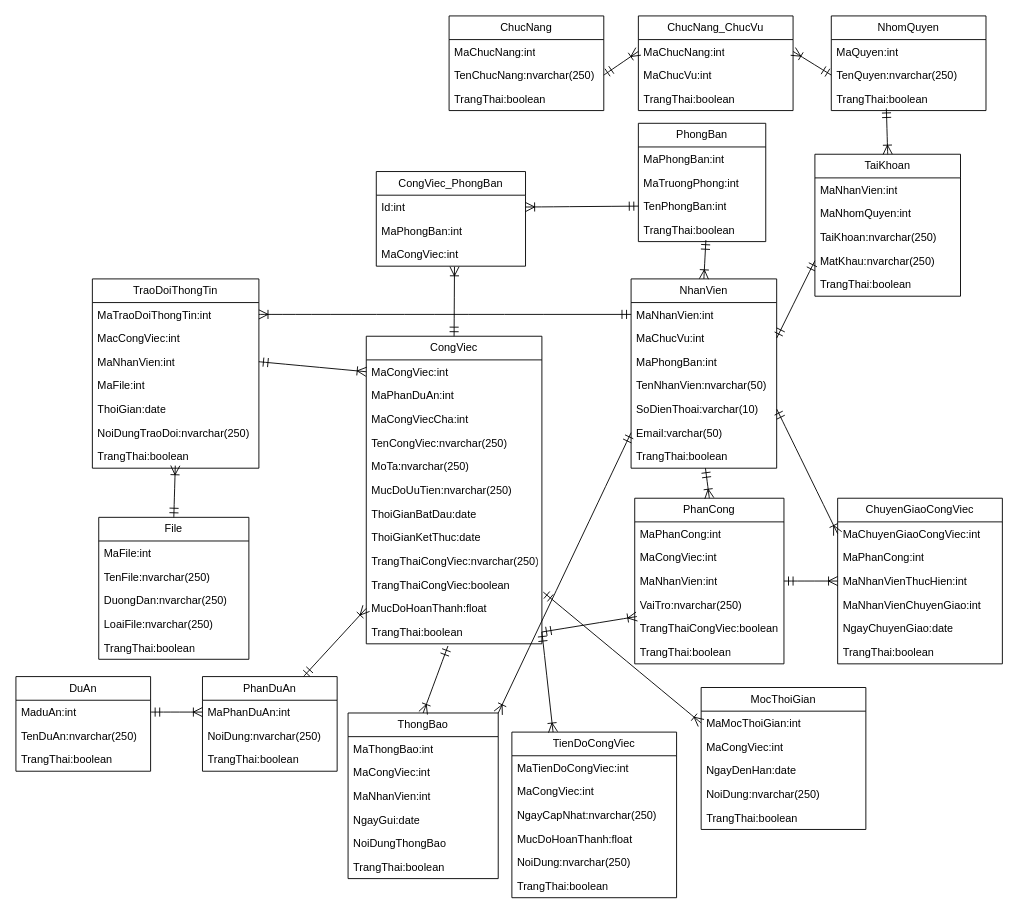
Above: new dacn+.net.drawio in maivantai2003/vercelDemo (draw.io), before the change. Source tidied: cells renumbered, new cells numbered last; positions are measured from the earlier drawing's top-left corner, leaving out a move shared by most shapes. Both pictures are drawn from the tidied source at 91%, with x=0, y=0 at pixel (15, 15).
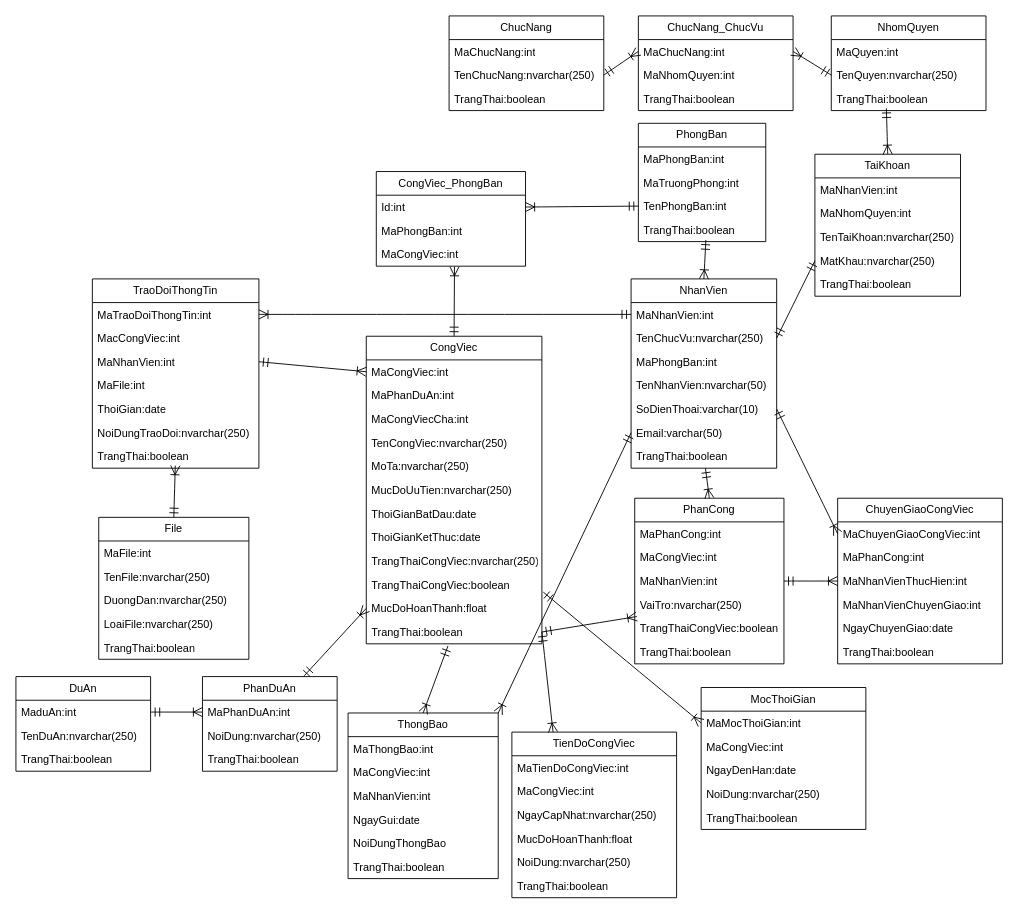
After the change.

Commit message:
Cập nhật new dacn+.net.drawio

The change refers to these unchanged cells:
```xml
<mxCell id="2" value="TaiKhoan" style="swimlane;fontStyle=0;horizontal=1;startSize=26;fillColor=none;whiteSpace=wrap;html=1;" parent="1" vertex="1">
  <mxGeometry x="878" y="152" width="160" height="156" as="geometry" />
</mxCell>
<mxCell id="31" value="ChucNang_ChucVu" style="swimlane;fontStyle=0;horizontal=1;startSize=26;fillColor=none;whiteSpace=wrap;html=1;" parent="1" vertex="1">
  <mxGeometry x="684" width="170" height="104" as="geometry" />
</mxCell>
<mxCell id="47" value="NhanVien" style="swimlane;fontStyle=0;horizontal=1;startSize=26;fillColor=none;whiteSpace=wrap;html=1;" parent="1" vertex="1">
  <mxGeometry x="676" y="289" width="160" height="208" as="geometry" />
</mxCell>
```

Change to the diagram source:
```diff
@@
-    <mxCell id="5" value="TaiKhoan:nvarchar(250)" style="text;strokeColor=none;fillColor=none;align=left;verticalAlign=top;spacingLeft=4;spacingRight=4;overflow=hidden;whiteSpace=wrap;html=1;" parent="2" vertex="1">
+    <mxCell id="5" value="TenTaiKhoan:nvarchar(250)" style="text;strokeColor=none;fillColor=none;align=left;verticalAlign=top;spacingLeft=4;spacingRight=4;overflow=hidden;whiteSpace=wrap;html=1;" parent="2" vertex="1">
       <mxGeometry y="78" width="160" height="26" as="geometry" />
     </mxCell>
@@
-    <mxCell id="33" value="MaChucVu:int" style="text;strokeColor=none;fillColor=none;align=left;verticalAlign=top;spacingLeft=4;spacingRight=4;overflow=hidden;whiteSpace=wrap;html=1;" parent="31" vertex="1">
+    <mxCell id="33" value="MaNhomQuyen:int" style="text;strokeColor=none;fillColor=none;align=left;verticalAlign=top;spacingLeft=4;spacingRight=4;overflow=hidden;whiteSpace=wrap;html=1;" parent="31" vertex="1">
       <mxGeometry y="52" width="170" height="26" as="geometry" />
     </mxCell>
@@
-    <mxCell id="49" value="MaChucVu:int" style="text;strokeColor=none;fillColor=none;align=left;verticalAlign=top;spacingLeft=4;spacingRight=4;overflow=hidden;points=[[0,0.5],[1,0.5]];portConstraint=eastwest;whiteSpace=wrap;html=1;" parent="47" vertex="1">
+    <mxCell id="49" value="TenChucVu:nvarchar(250)" style="text;strokeColor=none;fillColor=none;align=left;verticalAlign=top;spacingLeft=4;spacingRight=4;overflow=hidden;points=[[0,0.5],[1,0.5]];portConstraint=eastwest;whiteSpace=wrap;html=1;" parent="47" vertex="1">
       <mxGeometry y="52" width="160" height="26" as="geometry" />
     </mxCell>
```
